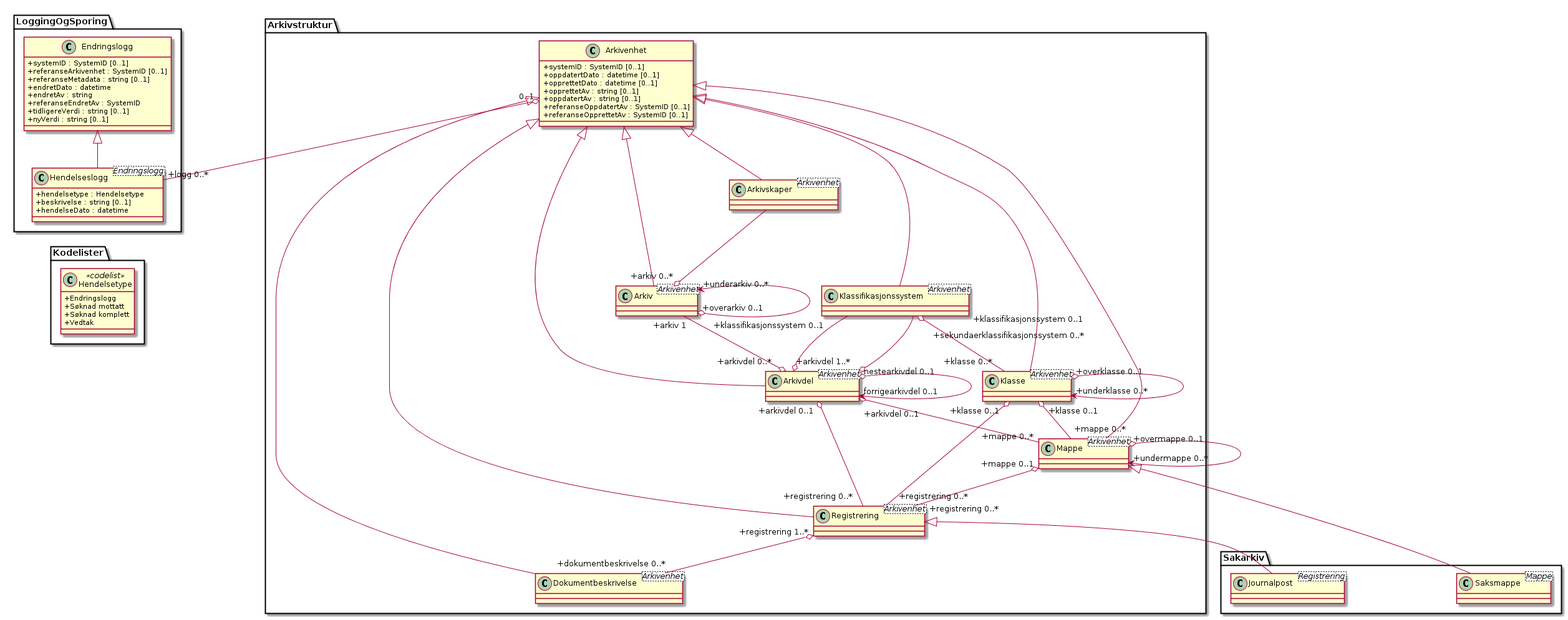
The PlantUML diagram kapitler/media/uml-arkivstruktur-arkivenhet-som-basis-klasse.png in arkivverket/noark5-tjenestegrensesnitt-standard, before a commit.
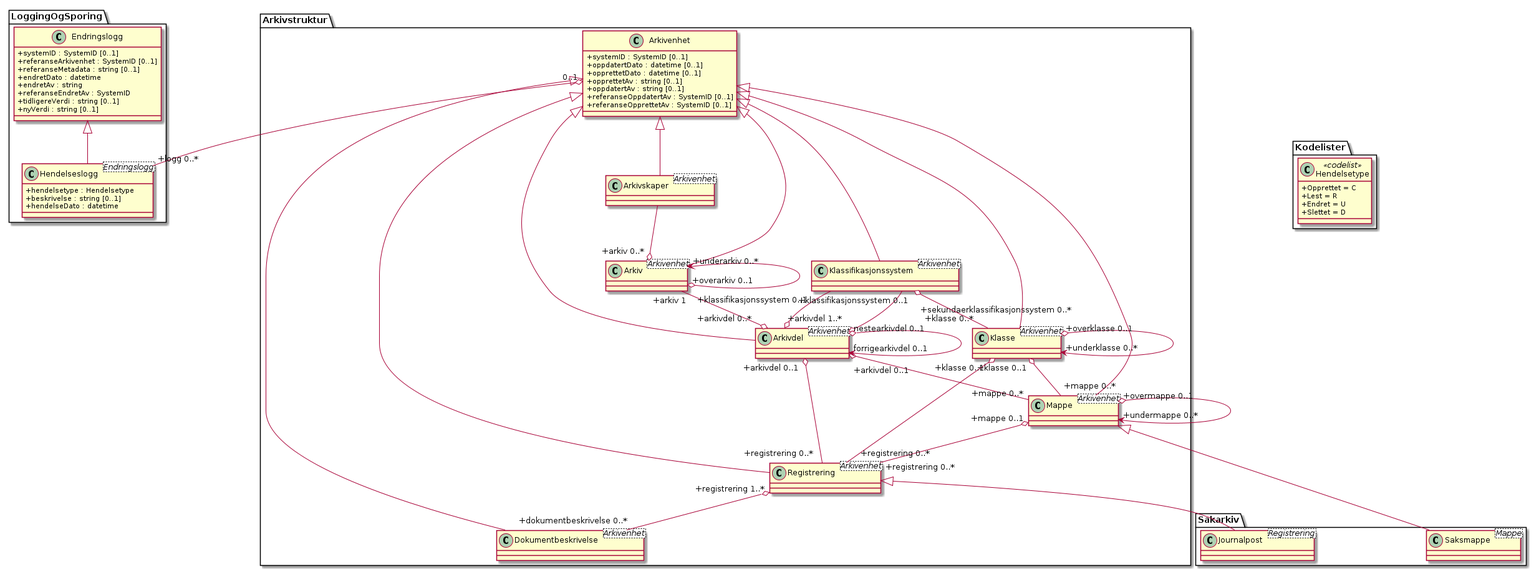
Above is the later version.

What changed in the source:
```diff
@@ -65,10 +65,10 @@
   +hendelseDato : datetime
 }
 class Kodelister.Hendelsetype <<codelist>> {
-  +Endringslogg
-  +Søknad mottatt
-  +Søknad komplett
-  +Vedtak
+  +Opprettet = C
+  +Lest = R
+  +Endret = U
+  +Slettet = D
 }
 
 Arkivstruktur.Arkivenhet "0..1" o-- "+logg 0..*" LoggingOgSporing.Hendelseslogg
```
